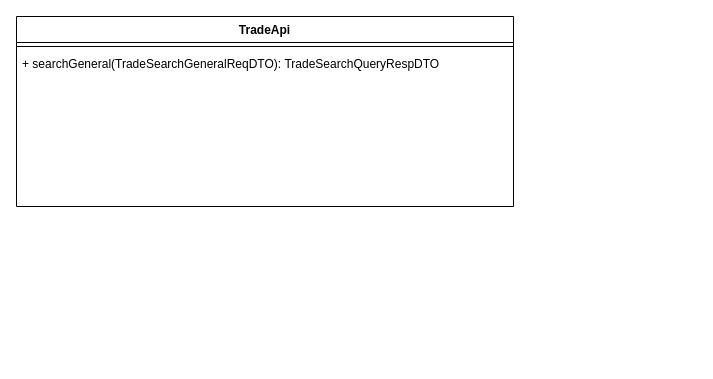
lokiworks/codebase keeps this draw.io diagram as page "类图-Trade" (17 of 20) of docs/order.drawio. Above is the earlier version. Source tidied: cells renumbered, new cells numbered last; positions are measured from the earlier drawing's top-left corner, leaving out a move shared by most shapes. Both pictures are drawn from the tidied source at 100%, with x=0, y=0 at pixel (16, 16).
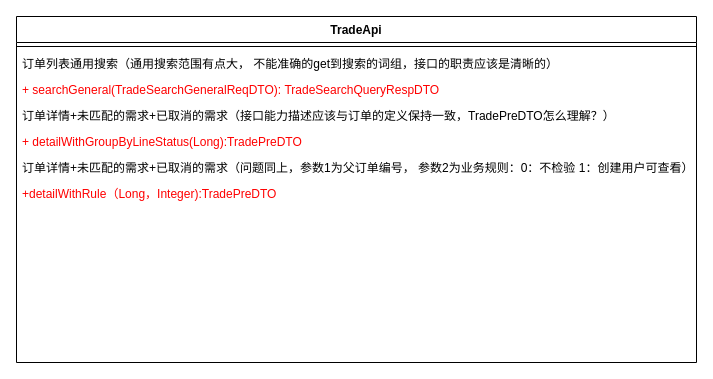
After the change.

The edit, as a diff of the source:
```diff
@@
 <mxGraphModel>
   <root>
     <mxCell id="0" />
     <mxCell id="1" parent="0" />
     <mxCell id="2" value="TradeApi" style="swimlane;fontStyle=1;align=center;verticalAlign=top;horizontal=1;startSize=26;" parent="1" vertex="1">
-      <mxGeometry width="497" height="190" as="geometry" />
+      <mxGeometry width="680" height="346" as="geometry" />
     </mxCell>
     <mxCell id="3" style="line;strokeWidth=1;fillColor=none;align=left;verticalAlign=middle;spacingTop=-1;spacingLeft=3;spacingRight=3;labelPosition=right;" parent="2" vertex="1">
-      <mxGeometry y="26" width="497" height="8" as="geometry" />
+      <mxGeometry y="26" width="680" height="8" as="geometry" />
     </mxCell>
-    <mxCell id="4" value="+ searchGeneral(TradeSearchGeneralReqDTO): TradeSearchQueryRespDTO" style="text;strokeColor=none;fillColor=none;align=left;verticalAlign=top;spacingLeft=4;spacingRight=4;overflow=hidden;" parent="2" vertex="1">
-      <mxGeometry y="34" width="497" height="26" as="geometry" />
+    <mxCell id="4" value="订单列表通用搜索（通用搜索范围有点大， 不能准确的get到搜索的词组，接口的职责应该是清晰的）" style="text;strokeColor=none;fillColor=none;align=left;verticalAlign=top;spacingLeft=4;spacingRight=4;overflow=hidden;" parent="2" vertex="1">
+      <mxGeometry y="34" width="680" height="26" as="geometry" />
     </mxCell>
+    <mxCell id="10" value="+ searchGeneral(TradeSearchGeneralReqDTO): TradeSearchQueryRespDTO" style="text;strokeColor=none;fillColor=none;align=left;verticalAlign=top;spacingLeft=4;spacingRight=4;overflow=hidden;fontColor=#FF0000;" parent="2" vertex="1">
+      <mxGeometry y="60" width="680" height="26" as="geometry" />
+    </mxCell>
+    <mxCell id="11" value="订单详情+未匹配的需求+已取消的需求（接口能力描述应该与订单的定义保持一致，TradePreDTO怎么理解？）" style="text;strokeColor=none;fillColor=none;align=left;verticalAlign=top;spacingLeft=4;spacingRight=4;overflow=hidden;" parent="2" vertex="1">
+      <mxGeometry y="86" width="680" height="26" as="geometry" />
+    </mxCell>
+    <mxCell id="12" value="+ detailWithGroupByLineStatus(Long):TradePreDTO" style="text;strokeColor=none;fillColor=none;align=left;verticalAlign=top;spacingLeft=4;spacingRight=4;overflow=hidden;fontColor=#FF0000;" parent="2" vertex="1">
+      <mxGeometry y="112" width="680" height="26" as="geometry" />
+    </mxCell>
+    <mxCell id="13" value="订单详情+未匹配的需求+已取消的需求（问题同上，参数1为父订单编号， 参数2为业务规则：0：不检验 1：创建用户可查看）" style="text;strokeColor=none;fillColor=none;align=left;verticalAlign=top;spacingLeft=4;spacingRight=4;overflow=hidden;" parent="2" vertex="1">
+      <mxGeometry y="138" width="680" height="26" as="geometry" />
+    </mxCell>
+    <mxCell id="14" value="+detailWithRule（Long，Integer):TradePreDTO" style="text;strokeColor=none;fillColor=none;align=left;verticalAlign=top;spacingLeft=4;spacingRight=4;overflow=hidden;fontColor=#FF0000;" parent="2" vertex="1">
+      <mxGeometry y="164" width="680" height="26" as="geometry" />
+    </mxCell>
+    <mxCell id="15" style="text;strokeColor=none;fillColor=none;align=left;verticalAlign=top;spacingLeft=4;spacingRight=4;overflow=hidden;" parent="2" vertex="1">
+      <mxGeometry y="190" width="680" height="26" as="geometry" />
+    </mxCell>
     <mxCell id="5" style="text;strokeColor=none;fillColor=none;align=left;verticalAlign=top;spacingLeft=4;spacingRight=4;overflow=hidden;" parent="2" vertex="1">
-      <mxGeometry y="60" width="497" height="26" as="geometry" />
+      <mxGeometry y="216" width="680" height="26" as="geometry" />
     </mxCell>
     <mxCell id="6" style="text;strokeColor=none;fillColor=none;align=left;verticalAlign=top;spacingLeft=4;spacingRight=4;overflow=hidden;" parent="2" vertex="1">
-      <mxGeometry y="86" width="497" height="26" as="geometry" />
+      <mxGeometry y="242" width="680" height="26" as="geometry" />
     </mxCell>
     <mxCell id="7" style="text;strokeColor=none;fillColor=none;align=left;verticalAlign=top;spacingLeft=4;spacingRight=4;overflow=hidden;" parent="2" vertex="1">
-      <mxGeometry y="112" width="497" height="26" as="geometry" />
+      <mxGeometry y="268" width="680" height="26" as="geometry" />
     </mxCell>
     <mxCell id="8" style="text;strokeColor=none;fillColor=none;align=left;verticalAlign=top;spacingLeft=4;spacingRight=4;overflow=hidden;" parent="2" vertex="1">
-      <mxGeometry y="138" width="497" height="26" as="geometry" />
+      <mxGeometry y="294" width="680" height="26" as="geometry" />
     </mxCell>
     <mxCell id="9" style="text;strokeColor=none;fillColor=none;align=left;verticalAlign=top;spacingLeft=4;spacingRight=4;overflow=hidden;" parent="2" vertex="1">
-      <mxGeometry y="164" width="497" height="26" as="geometry" />
+      <mxGeometry y="320" width="680" height="26" as="geometry" />
     </mxCell>
   </root>
 </mxGraphModel>
```
